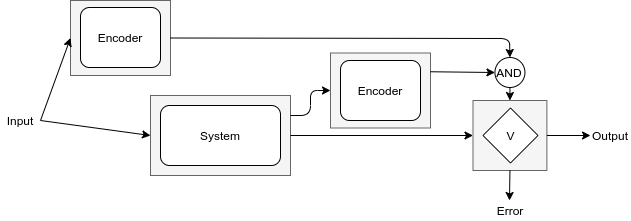
Before: images/ECC.png, a diagram exported from draw.io (Boffmann/masterThesis). Source tidied: cells renumbered, new cells last; positions are measured from the earlier drawing's top-left corner, leaving out a move shared by most shapes. Source of this version:
```xml
<mxGraphModel>
  <root>
    <mxCell id="0" />
    <mxCell id="1" parent="0" />
    <mxCell id="2" style="rounded=0;whiteSpace=wrap;html=1;fillColor=#f5f5f5;strokeColor=#666666;fontColor=#333333;" parent="1" vertex="1">
      <mxGeometry x="150" y="95" width="140" height="80" as="geometry" />
    </mxCell>
    <mxCell id="3" style="rounded=0;whiteSpace=wrap;html=1;fillColor=#f5f5f5;strokeColor=#666666;fontColor=#333333;" parent="1" vertex="1">
      <mxGeometry x="330" y="52.5" width="100" height="75" as="geometry" />
    </mxCell>
    <mxCell id="4" style="rounded=0;whiteSpace=wrap;html=1;fillColor=#f5f5f5;strokeColor=#666666;fontColor=#333333;" parent="1" vertex="1">
      <mxGeometry x="70" width="100" height="75" as="geometry" />
    </mxCell>
    <mxCell id="5" value="Encoder" style="rounded=1;whiteSpace=wrap;html=1;" parent="1" vertex="1">
      <mxGeometry x="80" y="7" width="80" height="60" as="geometry" />
    </mxCell>
    <mxCell id="6" value="System" style="rounded=1;whiteSpace=wrap;html=1;" parent="1" vertex="1">
      <mxGeometry x="160" y="105" width="120" height="60" as="geometry" />
    </mxCell>
    <mxCell id="7" value="Encoder" style="rounded=1;whiteSpace=wrap;html=1;" parent="1" vertex="1">
      <mxGeometry x="340" y="60" width="80" height="60" as="geometry" />
    </mxCell>
    <mxCell id="8" style="rounded=0;whiteSpace=wrap;html=1;fillColor=#f5f5f5;strokeColor=#666666;fontColor=#333333;" parent="1" vertex="1">
      <mxGeometry x="472.5" y="100" width="73.9" height="70" as="geometry" />
    </mxCell>
    <mxCell id="9" value="V" style="rhombus;whiteSpace=wrap;html=1;" parent="1" vertex="1">
      <mxGeometry x="482.5" y="107.5" width="55" height="55" as="geometry" />
    </mxCell>
    <mxCell id="10" style="endArrow=classic;html=1;exitX=1;exitY=0.5;exitDx=0;exitDy=0;entryX=0.5;entryY=0;entryDx=0;entryDy=0;" parent="1" edge="1" source="4" target="11">
      <mxGeometry relative="1" as="geometry">
        <Array as="points">
          <mxPoint x="509" y="38" />
        </Array>
      </mxGeometry>
    </mxCell>
    <mxCell id="11" value="AND" style="ellipse;whiteSpace=wrap;html=1;" parent="1" vertex="1">
      <mxGeometry x="494.4" y="57" width="30" height="30" as="geometry" />
    </mxCell>
    <mxCell id="12" style="endArrow=classic;html=1;exitX=1;exitY=0.25;exitDx=0;exitDy=0;entryX=0;entryY=0.5;entryDx=0;entryDy=0;" parent="1" edge="1" source="3" target="11">
      <mxGeometry relative="1" as="geometry" />
    </mxCell>
    <mxCell id="13" style="endArrow=classic;html=1;exitX=1;exitY=0.25;exitDx=0;exitDy=0;entryX=0;entryY=0.5;entryDx=0;entryDy=0;" parent="1" edge="1" source="2" target="3">
      <mxGeometry relative="1" as="geometry">
        <Array as="points">
          <mxPoint x="310" y="115" />
          <mxPoint x="310" y="90" />
        </Array>
      </mxGeometry>
    </mxCell>
    <mxCell id="14" style="endArrow=classic;html=1;exitX=1;exitY=0.5;exitDx=0;exitDy=0;entryX=0;entryY=0.5;entryDx=0;entryDy=0;" parent="1" edge="1" source="2" target="8">
      <mxGeometry relative="1" as="geometry" />
    </mxCell>
    <mxCell id="15" style="endArrow=classic;html=1;exitX=0.5;exitY=1;exitDx=0;exitDy=0;entryX=0.5;entryY=0;entryDx=0;entryDy=0;" parent="1" edge="1" source="11" target="8">
      <mxGeometry relative="1" as="geometry" />
    </mxCell>
    <mxCell id="16" style="endArrow=classic;html=1;exitX=1;exitY=0.5;exitDx=0;exitDy=0;entryX=0;entryY=0.5;entryDx=0;entryDy=0;" parent="1" edge="1" source="17" target="4">
      <mxGeometry relative="1" as="geometry" />
    </mxCell>
    <mxCell id="17" value="Input" style="text;html=1;strokeColor=none;fillColor=none;align=center;verticalAlign=middle;whiteSpace=wrap;rounded=0;" parent="1" vertex="1">
      <mxGeometry y="110" width="40" height="20" as="geometry" />
    </mxCell>
    <mxCell id="18" style="endArrow=classic;html=1;exitX=1;exitY=0.5;exitDx=0;exitDy=0;entryX=0;entryY=0.5;entryDx=0;entryDy=0;" parent="1" edge="1" source="17" target="2">
      <mxGeometry relative="1" as="geometry" />
    </mxCell>
    <mxCell id="19" style="endArrow=classic;html=1;exitX=1;exitY=0.5;exitDx=0;exitDy=0;" parent="1" edge="1" source="8">
      <mxGeometry relative="1" as="geometry">
        <mxPoint x="590" y="135" as="targetPoint" />
      </mxGeometry>
    </mxCell>
    <mxCell id="20" value="Output" style="text;html=1;strokeColor=none;fillColor=none;align=center;verticalAlign=middle;whiteSpace=wrap;rounded=0;" parent="1" vertex="1">
      <mxGeometry x="590" y="125" width="40" height="20" as="geometry" />
    </mxCell>
    <mxCell id="21" style="endArrow=classic;html=1;exitX=0.5;exitY=1;exitDx=0;exitDy=0;" parent="1" edge="1" source="8">
      <mxGeometry relative="1" as="geometry">
        <mxPoint x="509" y="200" as="targetPoint" />
      </mxGeometry>
    </mxCell>
    <mxCell id="22" value="Error" style="text;html=1;strokeColor=none;fillColor=none;align=center;verticalAlign=middle;whiteSpace=wrap;rounded=0;" parent="1" vertex="1">
      <mxGeometry x="490" y="200" width="40" height="20" as="geometry" />
    </mxCell>
  </root>
</mxGraphModel>
```
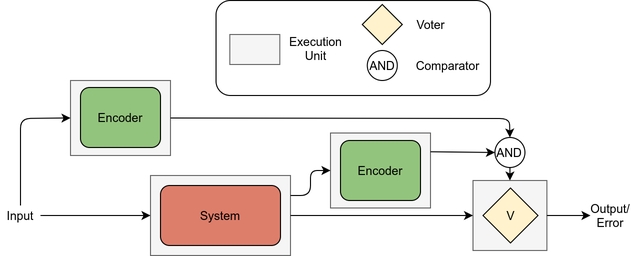
Later version of the same file.

Diff of the diagram source:
```diff
@@ -11,19 +11,19 @@
     <mxCell id="4" style="rounded=0;whiteSpace=wrap;html=1;fillColor=#f5f5f5;strokeColor=#666666;fontColor=#333333;" parent="1" vertex="1">
       <mxGeometry x="70" width="100" height="75" as="geometry" />
     </mxCell>
-    <mxCell id="5" value="Encoder" style="rounded=1;whiteSpace=wrap;html=1;" parent="1" vertex="1">
+    <mxCell id="5" value="Encoder" style="rounded=1;whiteSpace=wrap;html=1;fillColor=#93C47D;" parent="1" vertex="1">
       <mxGeometry x="80" y="7" width="80" height="60" as="geometry" />
     </mxCell>
-    <mxCell id="6" value="System" style="rounded=1;whiteSpace=wrap;html=1;" parent="1" vertex="1">
+    <mxCell id="6" value="System" style="rounded=1;whiteSpace=wrap;html=1;fillColor=#DD7E6B;" parent="1" vertex="1">
       <mxGeometry x="160" y="105" width="120" height="60" as="geometry" />
     </mxCell>
-    <mxCell id="7" value="Encoder" style="rounded=1;whiteSpace=wrap;html=1;" parent="1" vertex="1">
+    <mxCell id="7" value="Encoder" style="rounded=1;whiteSpace=wrap;html=1;fillColor=#93C47D;" parent="1" vertex="1">
       <mxGeometry x="340" y="60" width="80" height="60" as="geometry" />
     </mxCell>
     <mxCell id="8" style="rounded=0;whiteSpace=wrap;html=1;fillColor=#f5f5f5;strokeColor=#666666;fontColor=#333333;" parent="1" vertex="1">
       <mxGeometry x="472.5" y="100" width="73.9" height="70" as="geometry" />
     </mxCell>
-    <mxCell id="9" value="V" style="rhombus;whiteSpace=wrap;html=1;" parent="1" vertex="1">
+    <mxCell id="9" value="V" style="rhombus;whiteSpace=wrap;html=1;fillColor=#FFF2CC;" parent="1" vertex="1">
       <mxGeometry x="482.5" y="107.5" width="55" height="55" as="geometry" />
     </mxCell>
     <mxCell id="10" style="endArrow=classic;html=1;exitX=1;exitY=0.5;exitDx=0;exitDy=0;entryX=0.5;entryY=0;entryDx=0;entryDy=0;" parent="1" edge="1" source="4" target="11">
@@ -53,11 +53,15 @@
     <mxCell id="15" style="endArrow=classic;html=1;exitX=0.5;exitY=1;exitDx=0;exitDy=0;entryX=0.5;entryY=0;entryDx=0;entryDy=0;" parent="1" edge="1" source="11" target="8">
       <mxGeometry relative="1" as="geometry" />
     </mxCell>
-    <mxCell id="16" style="endArrow=classic;html=1;exitX=1;exitY=0.5;exitDx=0;exitDy=0;entryX=0;entryY=0.5;entryDx=0;entryDy=0;" parent="1" edge="1" source="17" target="4">
-      <mxGeometry relative="1" as="geometry" />
+    <mxCell id="16" style="endArrow=classic;html=1;exitX=0.5;exitY=0;exitDx=0;exitDy=0;entryX=0;entryY=0.5;entryDx=0;entryDy=0;" parent="1" edge="1" source="17" target="4">
+      <mxGeometry relative="1" as="geometry">
+        <Array as="points">
+          <mxPoint x="20" y="38" />
+        </Array>
+      </mxGeometry>
     </mxCell>
     <mxCell id="17" value="Input" style="text;html=1;strokeColor=none;fillColor=none;align=center;verticalAlign=middle;whiteSpace=wrap;rounded=0;" parent="1" vertex="1">
-      <mxGeometry y="110" width="40" height="20" as="geometry" />
+      <mxGeometry y="125" width="40" height="20" as="geometry" />
     </mxCell>
     <mxCell id="18" style="endArrow=classic;html=1;exitX=1;exitY=0.5;exitDx=0;exitDy=0;entryX=0;entryY=0.5;entryDx=0;entryDy=0;" parent="1" edge="1" source="17" target="2">
       <mxGeometry relative="1" as="geometry" />
@@ -67,16 +71,29 @@
         <mxPoint x="590" y="135" as="targetPoint" />
       </mxGeometry>
     </mxCell>
-    <mxCell id="20" value="Output" style="text;html=1;strokeColor=none;fillColor=none;align=center;verticalAlign=middle;whiteSpace=wrap;rounded=0;" parent="1" vertex="1">
+    <mxCell id="20" value="Output/&lt;br&gt;Error" style="text;html=1;strokeColor=none;fillColor=none;align=center;verticalAlign=middle;whiteSpace=wrap;rounded=0;" parent="1" vertex="1">
       <mxGeometry x="590" y="125" width="40" height="20" as="geometry" />
     </mxCell>
-    <mxCell id="21" style="endArrow=classic;html=1;exitX=0.5;exitY=1;exitDx=0;exitDy=0;" parent="1" edge="1" source="8">
-      <mxGeometry relative="1" as="geometry">
-        <mxPoint x="509" y="200" as="targetPoint" />
-      </mxGeometry>
+    <mxCell id="21" style="rounded=1;whiteSpace=wrap;html=1;" parent="1" vertex="1">
+      <mxGeometry x="215.6" y="-80" width="274.4" height="95" as="geometry" />
     </mxCell>
-    <mxCell id="22" value="Error" style="text;html=1;strokeColor=none;fillColor=none;align=center;verticalAlign=middle;whiteSpace=wrap;rounded=0;" parent="1" vertex="1">
-      <mxGeometry x="490" y="200" width="40" height="20" as="geometry" />
+    <mxCell id="22" style="rounded=0;whiteSpace=wrap;html=1;fillColor=#f5f5f5;strokeColor=#666666;fontColor=#333333;" parent="1" vertex="1">
+      <mxGeometry x="229.3" y="-46" width="50" height="30" as="geometry" />
     </mxCell>
+    <mxCell id="23" value="Execution&lt;br&gt;Unit" style="text;html=1;align=center;verticalAlign=middle;" parent="1" vertex="1">
+      <mxGeometry x="280" y="-47.5" width="70" height="30" as="geometry" />
+    </mxCell>
+    <mxCell id="24" style="rhombus;whiteSpace=wrap;html=1;fillColor=#FFF2CC;" parent="1" vertex="1">
+      <mxGeometry x="361.8" y="-76" width="40" height="40" as="geometry" />
+    </mxCell>
+    <mxCell id="25" value="Voter" style="text;html=1;align=center;verticalAlign=middle;" parent="1" vertex="1">
+      <mxGeometry x="410" y="-66" width="40" height="20" as="geometry" />
+    </mxCell>
+    <mxCell id="26" value="AND" style="ellipse;whiteSpace=wrap;html=1;" parent="1" vertex="1">
+      <mxGeometry x="366.8" y="-30" width="30" height="30" as="geometry" />
+    </mxCell>
+    <mxCell id="27" value="Comparator" style="text;html=1;align=center;verticalAlign=middle;" parent="1" vertex="1">
+      <mxGeometry x="406.5" y="-25" width="80" height="20" as="geometry" />
+    </mxCell>
   </root>
 </mxGraphModel>
```
